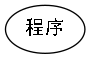
The Graphviz diagram Syntax_Tree/tree.gv.png in hutao99/compiler, before a commit. Its source is kept beside it as Syntax_Tree/tree.gv. The source it was exported from:
```dot
digraph "./Syntax_Tree/tree" {
	0 [label="程序" fontname=SimHei]
}
```
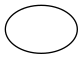
The same diagram one commit later.

What changed in the source:
```diff
@@ -1,3 +1,3 @@
-digraph "./Syntax_Tree/tree" {
-	0 [label="程序" fontname=SimHei]
+digraph {
+	0 [label=""]
 }
```
